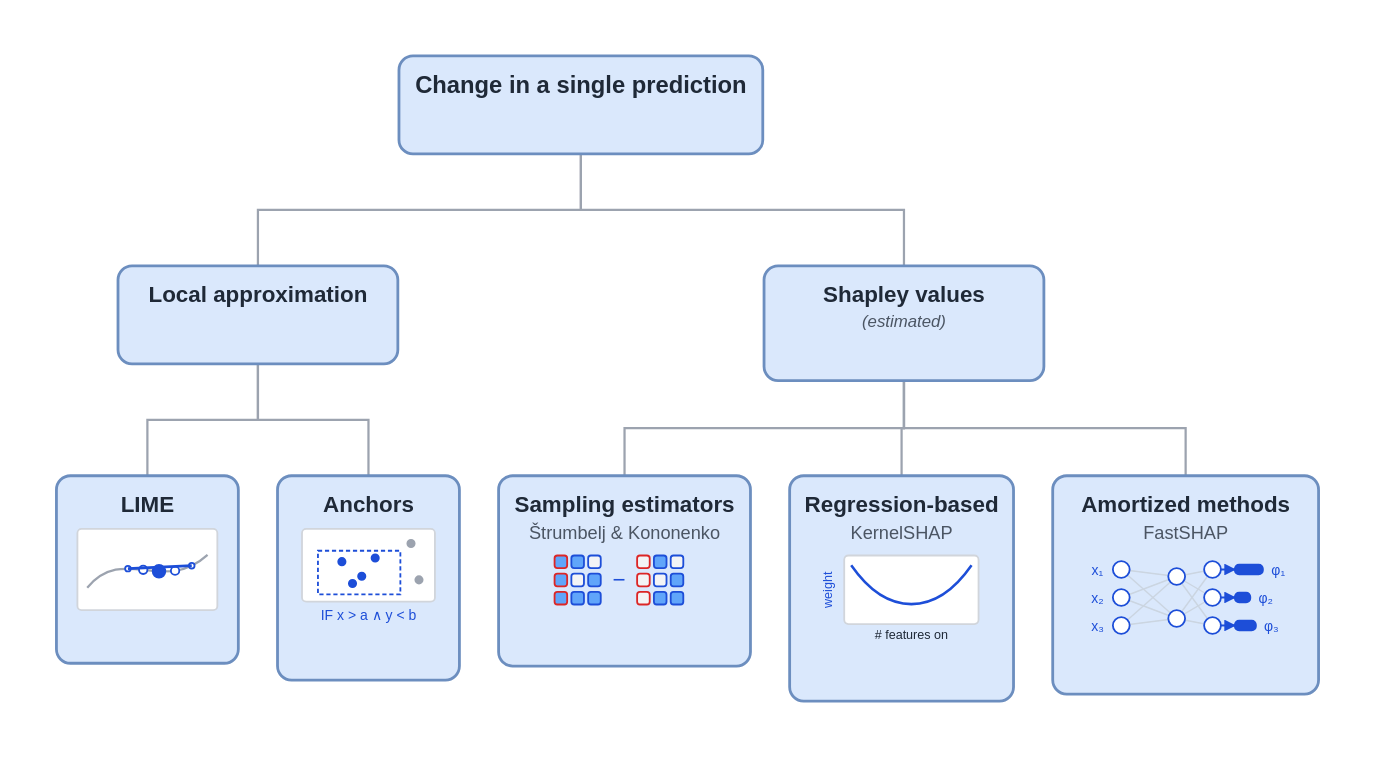
Before: posts/explaining-black-box-predictions/diagrams/taxonomy_removal_prediction.drawio.svg, a diagram exported from draw.io (DMLF1/blog). Source tidied: cells renumbered, new cells last; positions are measured from the earlier drawing's top-left corner, leaving out a move shared by most shapes.
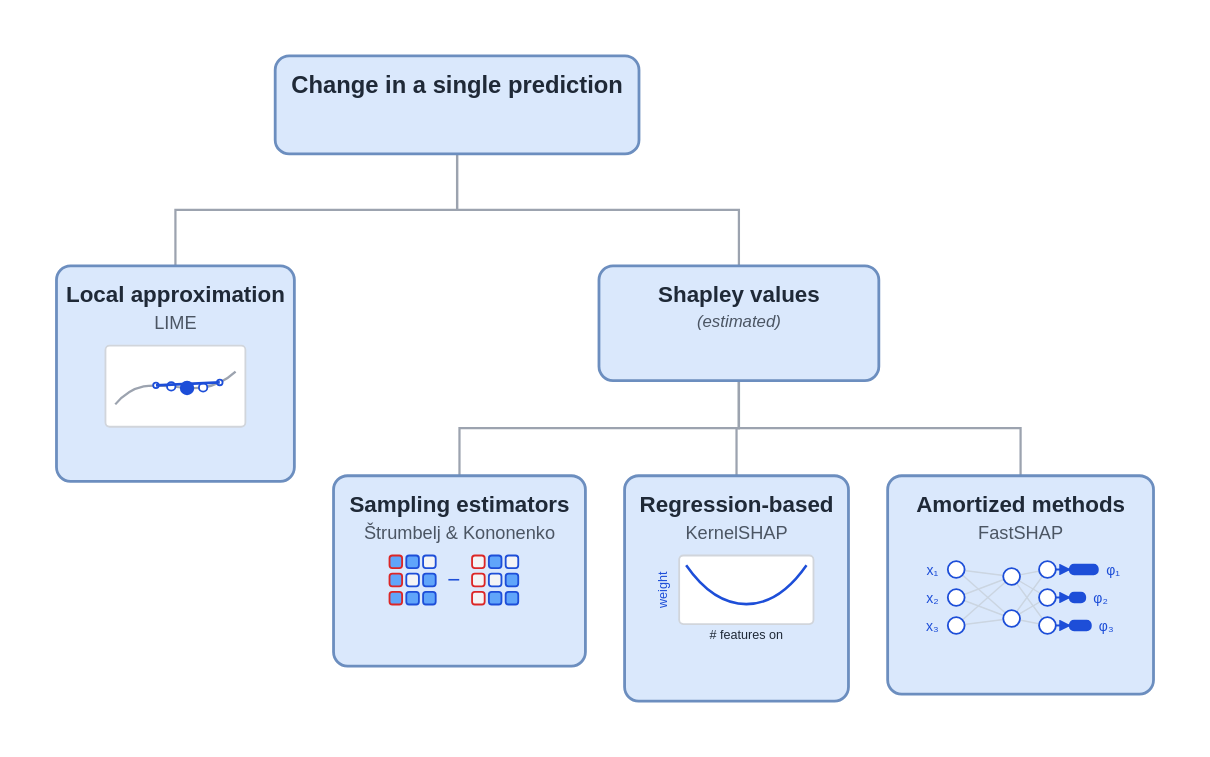
After the change.

Commit message:
Move Anchors from removal-based to surrogate methods (it's a local surrogate)

What changed in the source:
```diff
@@ -3,78 +3,45 @@
     <mxCell id="0" />
     <mxCell id="1" parent="0" />
     <mxCell id="2" value="&lt;span style=&quot;font-size:17px;color:#1F2937;font-weight:bold;&quot;&gt;Change in a single prediction&lt;/span&gt;" style="rounded=1;whiteSpace=wrap;html=1;fillColor=#DAE8FC;strokeColor=#6C8EBF;strokeWidth=2;" parent="1" vertex="1">
-      <mxGeometry x="245" width="260" height="70" as="geometry" />
+      <mxGeometry x="274" width="260" height="70" as="geometry" />
     </mxCell>
-    <mxCell id="3" value="&lt;span style=&quot;font-size:16px;color:#1F2937;font-weight:bold;&quot;&gt;Local approximation&lt;/span&gt;" style="rounded=1;whiteSpace=wrap;html=1;fillColor=#DAE8FC;strokeColor=#6C8EBF;strokeWidth=2;" parent="1" vertex="1">
-      <mxGeometry x="44" y="150" width="200" height="70" as="geometry" />
-    </mxCell>
-    <mxCell id="4" value="&lt;span style=&quot;font-size:16px;color:#1F2937;font-weight:bold;&quot;&gt;LIME&lt;/span&gt;" style="rounded=1;whiteSpace=wrap;html=1;fillColor=#DAE8FC;strokeColor=#6C8EBF;strokeWidth=2;" parent="1" vertex="1">
-      <mxGeometry y="300" width="130" height="134" as="geometry" />
+    <mxCell id="4" value="&lt;span style=&quot;font-size:16px;color:#1F2937;font-weight:bold;&quot;&gt;Local approximation&lt;/span&gt;&lt;br&gt;&lt;span style=&quot;font-size:13px;color:#4B5563;&quot;&gt;LIME&lt;/span&gt;" style="rounded=1;whiteSpace=wrap;html=1;fillColor=#DAE8FC;strokeColor=#6C8EBF;strokeWidth=2;" parent="1" vertex="1">
+      <mxGeometry x="118" y="150" width="170" height="154" as="geometry" />
     </mxCell>
     <mxCell id="5" style="rounded=1;whiteSpace=wrap;html=1;fillColor=#FFFFFF;strokeColor=#D1D5DB;" parent="1" vertex="1">
-      <mxGeometry x="15" y="338" width="100" height="58" as="geometry" />
+      <mxGeometry x="153" y="207" width="100" height="58" as="geometry" />
     </mxCell>
     <mxCell id="6" style="edgeStyle=none;html=1;strokeColor=#9CA3AF;strokeWidth=1.6;curved=1;endArrow=none;" parent="1" edge="1">
       <mxGeometry relative="1" as="geometry">
-        <mxPoint x="22" y="380" as="sourcePoint" />
-        <mxPoint x="108" y="357" as="targetPoint" />
+        <mxPoint x="160" y="249" as="sourcePoint" />
+        <mxPoint x="246" y="226" as="targetPoint" />
         <Array as="points">
-          <mxPoint x="48" y="349" />
-          <mxPoint x="76" y="385" />
+          <mxPoint x="186" y="218" />
+          <mxPoint x="214" y="254" />
         </Array>
       </mxGeometry>
     </mxCell>
     <mxCell id="7" style="ellipse;whiteSpace=wrap;html=1;fillColor=#FFFFFF;strokeColor=#1D4ED8;" parent="1" vertex="1">
-      <mxGeometry x="49" y="364" width="4" height="4" as="geometry" />
+      <mxGeometry x="187" y="233" width="4" height="4" as="geometry" />
     </mxCell>
     <mxCell id="8" style="ellipse;whiteSpace=wrap;html=1;fillColor=#FFFFFF;strokeColor=#1D4ED8;" parent="1" vertex="1">
-      <mxGeometry x="59" y="364" width="6" height="6" as="geometry" />
+      <mxGeometry x="197" y="233" width="6" height="6" as="geometry" />
     </mxCell>
     <mxCell id="9" style="ellipse;whiteSpace=wrap;html=1;fillColor=#1D4ED8;strokeColor=#1D4ED8;" parent="1" vertex="1">
-      <mxGeometry x="69" y="364" width="9" height="9" as="geometry" />
+      <mxGeometry x="207" y="233" width="9" height="9" as="geometry" />
     </mxCell>
     <mxCell id="10" style="ellipse;whiteSpace=wrap;html=1;fillColor=#FFFFFF;strokeColor=#1D4ED8;" parent="1" vertex="1">
-      <mxGeometry x="82" y="365" width="6" height="6" as="geometry" />
+      <mxGeometry x="220" y="234" width="6" height="6" as="geometry" />
     </mxCell>
     <mxCell id="11" style="ellipse;whiteSpace=wrap;html=1;fillColor=#FFFFFF;strokeColor=#1D4ED8;" parent="1" vertex="1">
-      <mxGeometry x="95" y="362" width="4" height="4" as="geometry" />
+      <mxGeometry x="233" y="231" width="4" height="4" as="geometry" />
     </mxCell>
     <mxCell id="12" style="edgeStyle=none;html=1;strokeColor=#1D4ED8;strokeWidth=2;endArrow=none;" parent="1" edge="1">
       <mxGeometry relative="1" as="geometry">
-        <mxPoint x="51" y="366" as="sourcePoint" />
-        <mxPoint x="97" y="364" as="targetPoint" />
+        <mxPoint x="189" y="235" as="sourcePoint" />
+        <mxPoint x="235" y="233" as="targetPoint" />
       </mxGeometry>
     </mxCell>
-    <mxCell id="13" value="&lt;span style=&quot;font-size:16px;color:#1F2937;font-weight:bold;&quot;&gt;Anchors&lt;/span&gt;" style="rounded=1;whiteSpace=wrap;html=1;fillColor=#DAE8FC;strokeColor=#6C8EBF;strokeWidth=2;" parent="1" vertex="1">
-      <mxGeometry x="158" y="300" width="130" height="146" as="geometry" />
-    </mxCell>
-    <mxCell id="14" style="rounded=1;whiteSpace=wrap;html=1;fillColor=#FFFFFF;strokeColor=#D1D5DB;" parent="1" vertex="1">
-      <mxGeometry x="176" y="338" width="95" height="52" as="geometry" />
-    </mxCell>
-    <mxCell id="15" style="rounded=0;whiteSpace=wrap;html=1;fillColor=none;strokeColor=#1D4ED8;dashed=1;dashPattern=3 2;" parent="1" vertex="1">
-      <mxGeometry x="187" y="354" width="59" height="31" as="geometry" />
-    </mxCell>
-    <mxCell id="16" style="ellipse;whiteSpace=wrap;html=1;fillColor=#1D4ED8;strokeColor=#1D4ED8;" parent="1" vertex="1">
-      <mxGeometry x="201" y="359" width="5" height="5" as="geometry" />
-    </mxCell>
-    <mxCell id="17" style="ellipse;whiteSpace=wrap;html=1;fillColor=#1D4ED8;strokeColor=#1D4ED8;" parent="1" vertex="1">
-      <mxGeometry x="216" y="369" width="5" height="5" as="geometry" />
-    </mxCell>
-    <mxCell id="18" style="ellipse;whiteSpace=wrap;html=1;fillColor=#1D4ED8;strokeColor=#1D4ED8;" parent="1" vertex="1">
-      <mxGeometry x="225" y="356" width="5" height="5" as="geometry" />
-    </mxCell>
-    <mxCell id="19" style="ellipse;whiteSpace=wrap;html=1;fillColor=#1D4ED8;strokeColor=#1D4ED8;" parent="1" vertex="1">
-      <mxGeometry x="209" y="374" width="5" height="5" as="geometry" />
-    </mxCell>
-    <mxCell id="20" style="ellipse;whiteSpace=wrap;html=1;fillColor=#9CA3AF;strokeColor=#9CA3AF;" parent="1" vertex="1">
-      <mxGeometry x="251" y="346" width="5" height="5" as="geometry" />
-    </mxCell>
-    <mxCell id="21" style="ellipse;whiteSpace=wrap;html=1;fillColor=#9CA3AF;strokeColor=#9CA3AF;" parent="1" vertex="1">
-      <mxGeometry x="256" y="372" width="5" height="5" as="geometry" />
-    </mxCell>
-    <mxCell id="22" value="IF x &gt; a ∧ y &lt; b" style="text;html=1;align=center;verticalAlign=middle;fontSize=10;fontColor=#1D4ED8;" parent="1" vertex="1">
-      <mxGeometry x="176" y="392" width="95" height="16" as="geometry" />
-    </mxCell>
     <mxCell id="23" value="&lt;span style=&quot;font-size:16px;color:#1F2937;font-weight:bold;&quot;&gt;Shapley values&lt;/span&gt;&lt;br&gt;&lt;span style=&quot;font-size:12px;color:#4B5563;font-style:italic;&quot;&gt;(estimated)&lt;/span&gt;" style="rounded=1;whiteSpace=wrap;html=1;fillColor=#DAE8FC;strokeColor=#6C8EBF;strokeWidth=2;" parent="1" vertex="1">
       <mxGeometry x="506" y="150" width="200" height="82" as="geometry" />
     </mxCell>
@@ -304,26 +271,20 @@
     <mxCell id="81" value="φ₃" style="text;html=1;align=center;verticalAlign=middle;fontSize=11;fontColor=#1D4ED8;" parent="1" vertex="1">
       <mxGeometry x="858" y="399" width="20" height="16" as="geometry" />
     </mxCell>
-    <mxCell id="82" style="edgeStyle=orthogonalEdgeStyle;rounded=0;html=1;strokeColor=#9CA3AF;" parent="1" edge="1" source="2" target="3">
+    <mxCell id="82" style="edgeStyle=orthogonalEdgeStyle;rounded=0;html=1;strokeColor=#9CA3AF;" parent="1" edge="1" source="2" target="4">
       <mxGeometry relative="1" as="geometry" />
     </mxCell>
     <mxCell id="83" style="edgeStyle=orthogonalEdgeStyle;rounded=0;html=1;strokeColor=#9CA3AF;" parent="1" edge="1" source="2" target="23">
       <mxGeometry relative="1" as="geometry" />
     </mxCell>
-    <mxCell id="84" style="edgeStyle=orthogonalEdgeStyle;rounded=0;html=1;strokeColor=#9CA3AF;" parent="1" edge="1" source="3" target="4">
+    <mxCell id="84" style="edgeStyle=orthogonalEdgeStyle;rounded=0;html=1;strokeColor=#9CA3AF;" parent="1" edge="1" source="23" target="24">
       <mxGeometry relative="1" as="geometry" />
     </mxCell>
-    <mxCell id="85" style="edgeStyle=orthogonalEdgeStyle;rounded=0;html=1;strokeColor=#9CA3AF;" parent="1" edge="1" source="3" target="13">
+    <mxCell id="85" style="edgeStyle=orthogonalEdgeStyle;rounded=0;html=1;strokeColor=#9CA3AF;" parent="1" edge="1" source="23" target="44">
       <mxGeometry relative="1" as="geometry" />
     </mxCell>
-    <mxCell id="86" style="edgeStyle=orthogonalEdgeStyle;rounded=0;html=1;strokeColor=#9CA3AF;" parent="1" edge="1" source="23" target="24">
+    <mxCell id="86" style="edgeStyle=orthogonalEdgeStyle;rounded=0;html=1;strokeColor=#9CA3AF;" parent="1" edge="1" source="23" target="49">
       <mxGeometry relative="1" as="geometry" />
     </mxCell>
-    <mxCell id="87" style="edgeStyle=orthogonalEdgeStyle;rounded=0;html=1;strokeColor=#9CA3AF;" parent="1" edge="1" source="23" target="44">
-      <mxGeometry relative="1" as="geometry" />
-    </mxCell>
-    <mxCell id="88" style="edgeStyle=orthogonalEdgeStyle;rounded=0;html=1;strokeColor=#9CA3AF;" parent="1" edge="1" source="23" target="49">
-      <mxGeometry relative="1" as="geometry" />
-    </mxCell>
   </root>
 </mxGraphModel>
```
